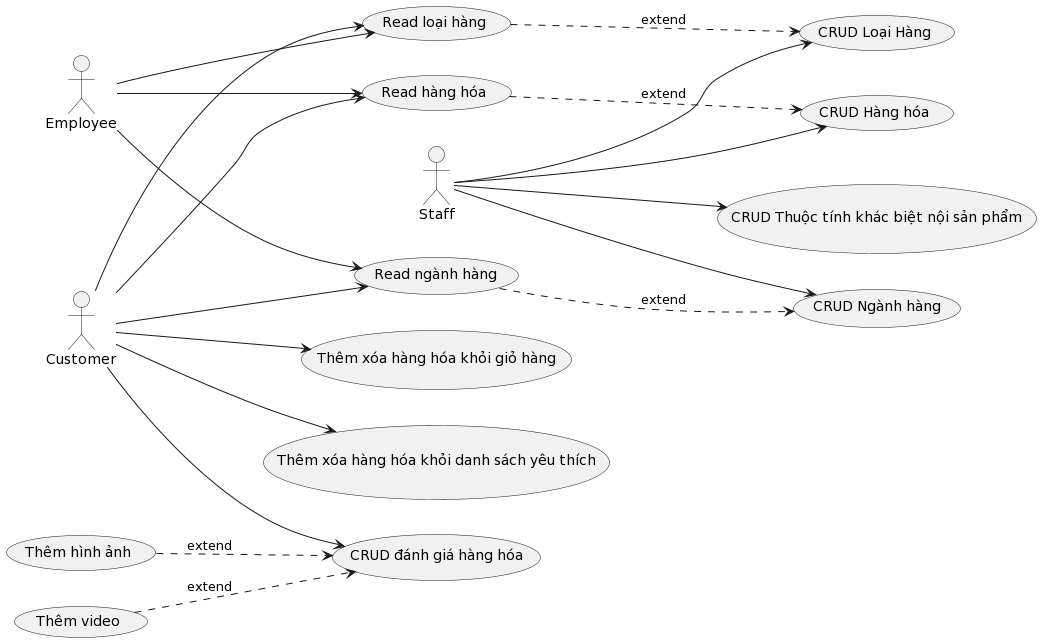
Before: Lab2.2/Usecase/Image/Use case Quản lí hàng hoá.png, a diagram exported from PlantUML (dangthuanvo/Ky-Thuat-Phan-Tich-Yeu-Cau).
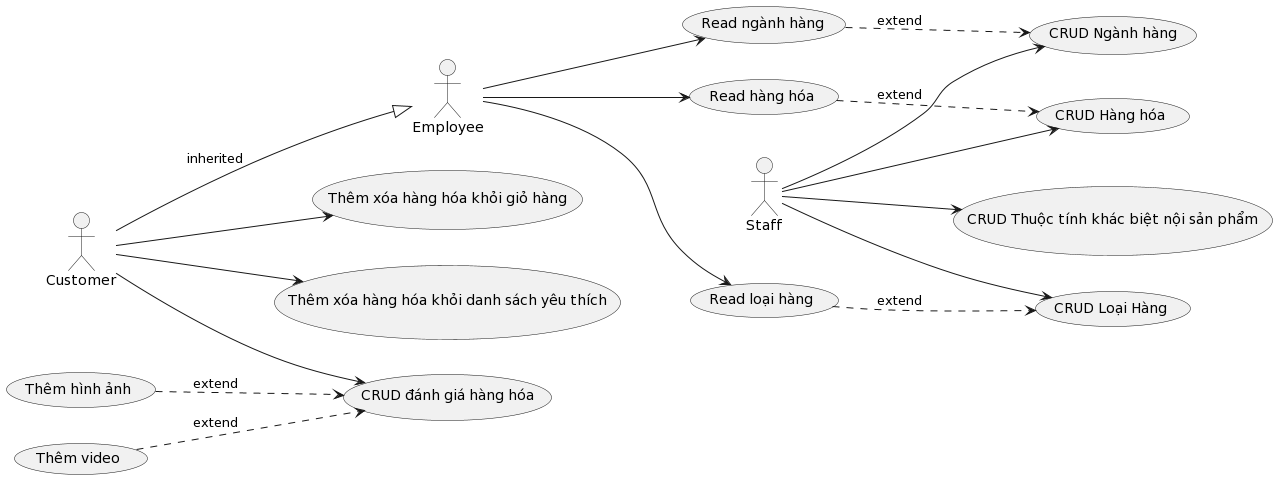
The same file after the commit.

What changed in the source:
```diff
@@ -17,6 +17,8 @@
 usecase "Thêm hình ảnh" as uc11
 usecase "Thêm video" as uc12
 
+cus --|> emp: inherited
+
 sta --> uc1
 sta --> uc2
 sta --> uc3
@@ -28,9 +30,7 @@
 uc5 ..> uc1: extend
 uc6 ..> uc2: extend
 uc7 ..> uc3: extend
-cus--> uc5
-cus--> uc6
-cus--> uc7
+
 cus--> uc8
 cus--> uc9
 cus--> uc10
```
